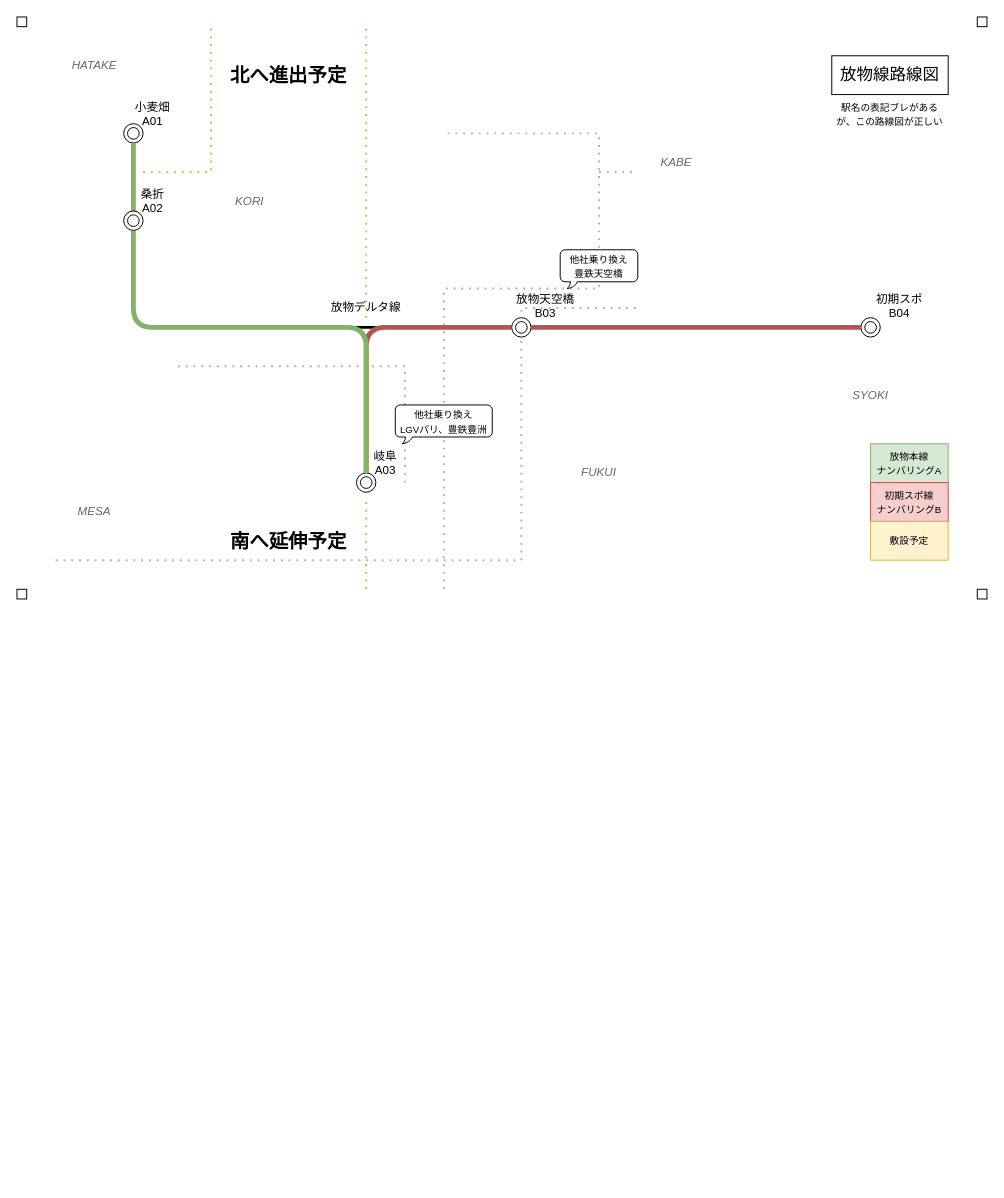
Above: バリン鯖放物線.drawio in chainsawsteel1/drawio-files (draw.io), before the change. Source tidied: cells renumbered, new cells numbered last; positions are measured from the earlier drawing's top-left corner, leaving out a move shared by most shapes. Both pictures are drawn from the tidied source at 97%, with x=0, y=0 at pixel (16, 16).
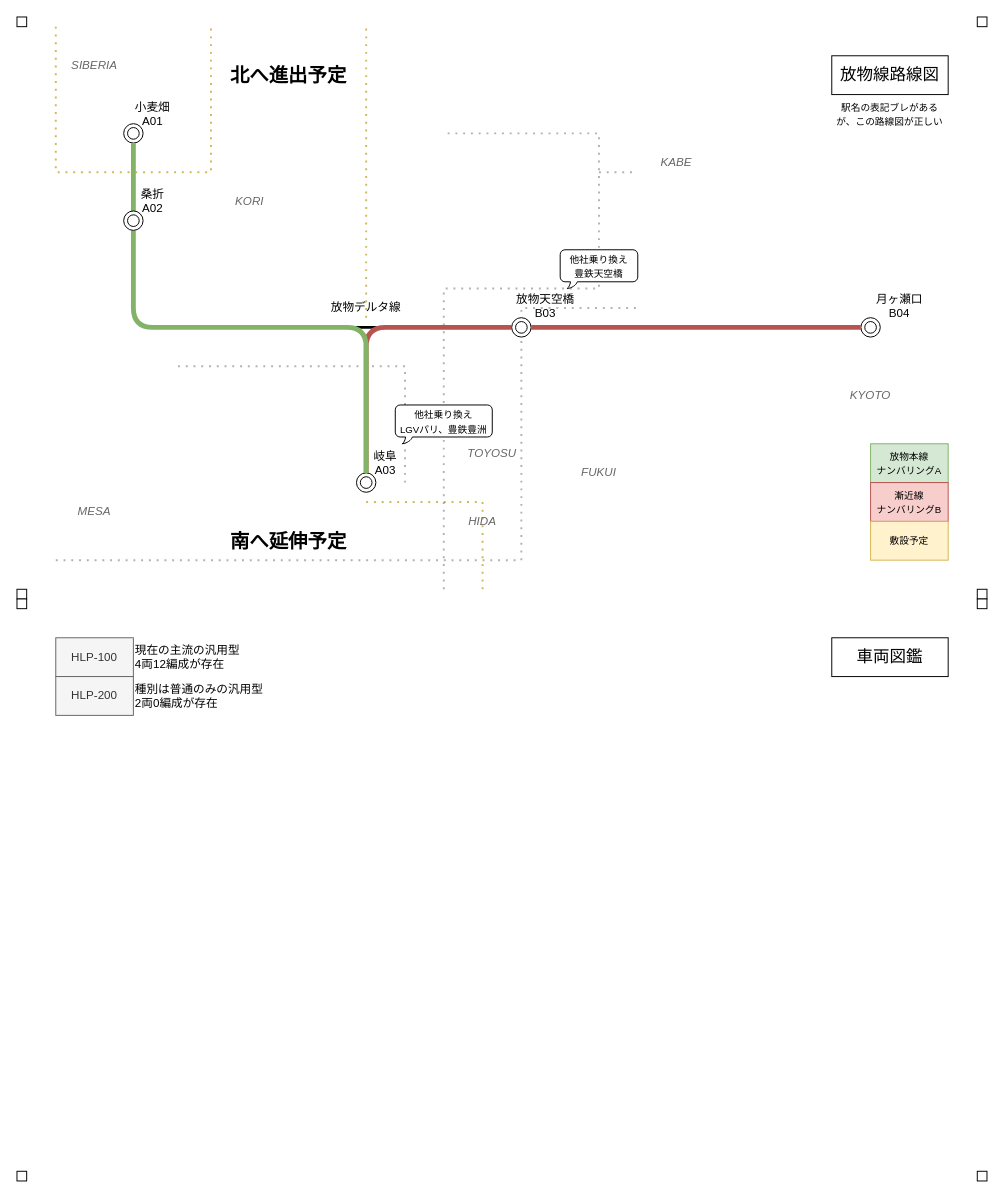
The same diagram, later.

Commit message:
バリン鯖放物線.drawio を更新します

Diff of the diagram source:
```diff
@@
-    <mxCell id="12" value="&lt;div&gt;初期スポ&lt;br&gt;&lt;/div&gt;B04" style="text;html=1;align=center;verticalAlign=middle;whiteSpace=wrap;rounded=0;" parent="1" vertex="1">
+    <mxCell id="12" value="&lt;div&gt;月ヶ瀬口&lt;br&gt;&lt;/div&gt;B04" style="text;html=1;align=center;verticalAlign=middle;whiteSpace=wrap;rounded=0;" parent="1" vertex="1">
       <mxGeometry x="870" y="280" width="80" height="35" as="geometry" />
     </mxCell>
@@
-    <mxCell id="14" value="&lt;div&gt;&lt;font style=&quot;font-size: 10px;&quot;&gt;初期スポ線&lt;/font&gt;&lt;/div&gt;&lt;div&gt;&lt;font style=&quot;font-size: 10px;&quot;&gt;ナンバリングB&lt;/font&gt;&lt;/div&gt;" style="text;html=1;align=center;verticalAlign=middle;whiteSpace=wrap;rounded=0;fillColor=#f8cecc;strokeColor=#b85450;" parent="1" vertex="1">
+    <mxCell id="14" value="&lt;div&gt;&lt;font style=&quot;font-size: 10px;&quot;&gt;漸近線&lt;/font&gt;&lt;/div&gt;&lt;div&gt;&lt;font style=&quot;font-size: 10px;&quot;&gt;ナンバリングB&lt;/font&gt;&lt;/div&gt;" style="text;html=1;align=center;verticalAlign=middle;whiteSpace=wrap;rounded=0;fillColor=#f8cecc;strokeColor=#b85450;" parent="1" vertex="1">
       <mxGeometry x="880" y="480" width="80" height="40" as="geometry" />
     </mxCell>
@@
     <mxCell id="21" style="endArrow=none;dashed=1;html=1;dashPattern=1 3;strokeWidth=2;rounded=0;fillColor=#fff2cc;strokeColor=#d6b656;" parent="1" edge="1">
       <mxGeometry relative="1" as="geometry">
-        <mxPoint x="360" y="590" as="sourcePoint" />
+        <mxPoint x="480" y="590" as="sourcePoint" />
         <mxPoint x="360" y="500" as="targetPoint" />
+        <Array as="points">
+          <mxPoint x="480" y="500" />
+        </Array>
       </mxGeometry>
     </mxCell>
     <mxCell id="22" style="endArrow=none;dashed=1;html=1;dashPattern=1 3;strokeWidth=2;rounded=0;fillColor=#fff2cc;strokeColor=#d6b656;" parent="1" edge="1">
       <mxGeometry relative="1" as="geometry">
-        <mxPoint x="130" y="160" as="sourcePoint" />
+        <mxPoint x="40" y="10" as="sourcePoint" />
         <mxPoint x="200" y="10" as="targetPoint" />
         <Array as="points">
+          <mxPoint x="40" y="160" />
           <mxPoint x="200" y="160" />
         </Array>
       </mxGeometry>
     </mxCell>
@@
-    <mxCell id="40" value="&lt;i&gt;&lt;font color=&quot;#666666&quot;&gt;HATAKE&lt;/font&gt;&lt;/i&gt;" style="text;html=1;align=center;verticalAlign=middle;whiteSpace=wrap;rounded=0;" parent="1" vertex="1">
+    <mxCell id="40" value="&lt;font color=&quot;#666666&quot;&gt;&lt;i&gt;SIBERIA&lt;/i&gt;&lt;/font&gt;" style="text;html=1;align=center;verticalAlign=middle;whiteSpace=wrap;rounded=0;" parent="1" vertex="1">
       <mxGeometry x="40" y="40" width="80" height="20" as="geometry" />
     </mxCell>
-    <mxCell id="41" value="&lt;font color=&quot;#666666&quot;&gt;&lt;i&gt;SYOKI&lt;/i&gt;&lt;/font&gt;" style="text;html=1;align=center;verticalAlign=middle;whiteSpace=wrap;rounded=0;" parent="1" vertex="1">
+    <mxCell id="41" value="&lt;font color=&quot;#666666&quot;&gt;&lt;i&gt;KYOTO&lt;/i&gt;&lt;/font&gt;" style="text;html=1;align=center;verticalAlign=middle;whiteSpace=wrap;rounded=0;" parent="1" vertex="1">
       <mxGeometry x="840" y="380" width="80" height="20" as="geometry" />
     </mxCell>
@@
+    <mxCell id="44" value="&lt;font color=&quot;#666666&quot;&gt;&lt;i&gt;HIDA&lt;/i&gt;&lt;/font&gt;" style="text;html=1;align=center;verticalAlign=middle;whiteSpace=wrap;rounded=0;" parent="1" vertex="1">
+      <mxGeometry x="440" y="510" width="80" height="20" as="geometry" />
+    </mxCell>
+    <mxCell id="45" value="&lt;font color=&quot;#666666&quot;&gt;&lt;i&gt;TOYOSU&lt;/i&gt;&lt;/font&gt;" style="text;html=1;align=center;verticalAlign=middle;whiteSpace=wrap;rounded=0;" parent="1" vertex="1">
+      <mxGeometry x="450" y="440" width="80" height="20" as="geometry" />
+    </mxCell>
+    <mxCell id="46" style="rounded=0;whiteSpace=wrap;html=1;" parent="1" vertex="1">
+      <mxGeometry x="990" y="600" width="10" height="10" as="geometry" />
+    </mxCell>
+    <mxCell id="47" style="rounded=0;whiteSpace=wrap;html=1;" parent="1" vertex="1">
+      <mxGeometry y="600" width="10" height="10" as="geometry" />
+    </mxCell>
+    <mxCell id="48" style="rounded=0;whiteSpace=wrap;html=1;" parent="1" vertex="1">
+      <mxGeometry y="1190" width="10" height="10" as="geometry" />
+    </mxCell>
+    <mxCell id="49" style="rounded=0;whiteSpace=wrap;html=1;" parent="1" vertex="1">
+      <mxGeometry x="990" y="1190" width="10" height="10" as="geometry" />
+    </mxCell>
+    <mxCell id="50" value="&lt;font style=&quot;font-size: 17px;&quot;&gt;車両図鑑&lt;/font&gt;" style="rounded=0;whiteSpace=wrap;html=1;" parent="1" vertex="1">
+      <mxGeometry x="840" y="640" width="120" height="40" as="geometry" />
+    </mxCell>
+    <mxCell id="51" value="HLP-100" style="text;html=1;align=center;verticalAlign=middle;whiteSpace=wrap;rounded=0;fillColor=#f5f5f5;fontColor=#333333;strokeColor=#666666;" parent="1" vertex="1">
+      <mxGeometry x="40" y="640" width="80" height="40" as="geometry" />
+    </mxCell>
+    <mxCell id="52" value="&lt;div align=&quot;left&quot;&gt;現在の主流の汎用型&lt;/div&gt;&lt;div align=&quot;left&quot;&gt;4両12編成が存在&lt;br&gt;&lt;/div&gt;" style="text;html=1;align=left;verticalAlign=middle;whiteSpace=wrap;rounded=0;" parent="1" vertex="1">
+      <mxGeometry x="120" y="640" width="200" height="40" as="geometry" />
+    </mxCell>
+    <mxCell id="53" value="HLP-200" style="text;html=1;align=center;verticalAlign=middle;whiteSpace=wrap;rounded=0;fillColor=#f5f5f5;fontColor=#333333;strokeColor=#666666;" parent="1" vertex="1">
+      <mxGeometry x="40" y="680" width="80" height="40" as="geometry" />
+    </mxCell>
+    <mxCell id="54" value="&lt;div align=&quot;left&quot;&gt;種別は普通のみの汎用型&lt;br&gt;&lt;/div&gt;&lt;div align=&quot;left&quot;&gt;2両0編成が存在&lt;br&gt;&lt;/div&gt;" style="text;html=1;align=left;verticalAlign=middle;whiteSpace=wrap;rounded=0;" parent="1" vertex="1">
+      <mxGeometry x="120" y="680" width="200" height="40" as="geometry" />
+    </mxCell>
```
